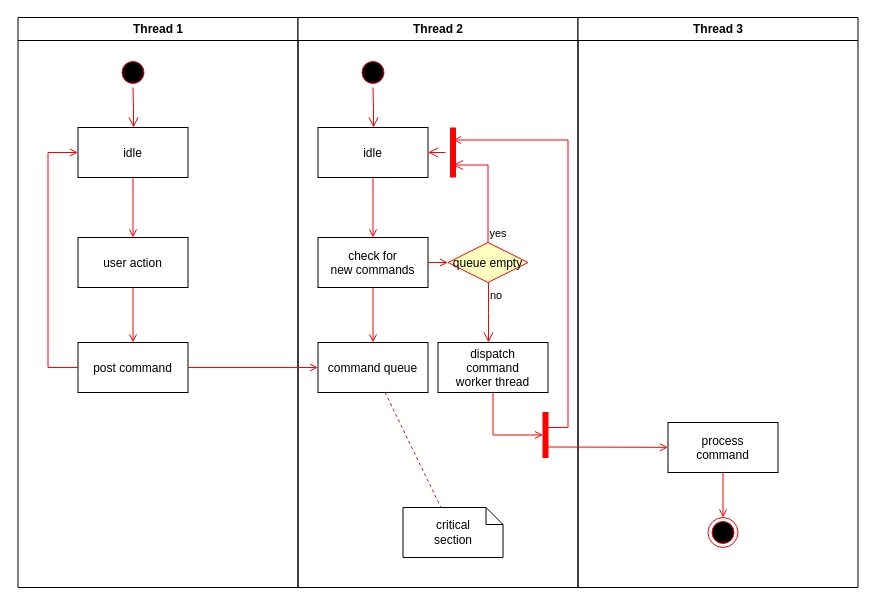
Above: Untitled Diagram.drawio in ddiaconescu/drawio (draw.io), before the change. Source tidied: cells renumbered, new cells numbered last; positions are measured from the earlier drawing's top-left corner, leaving out a move shared by most shapes. Both pictures are drawn from the tidied source at 100%, with x=0, y=0 at pixel (17, 17).
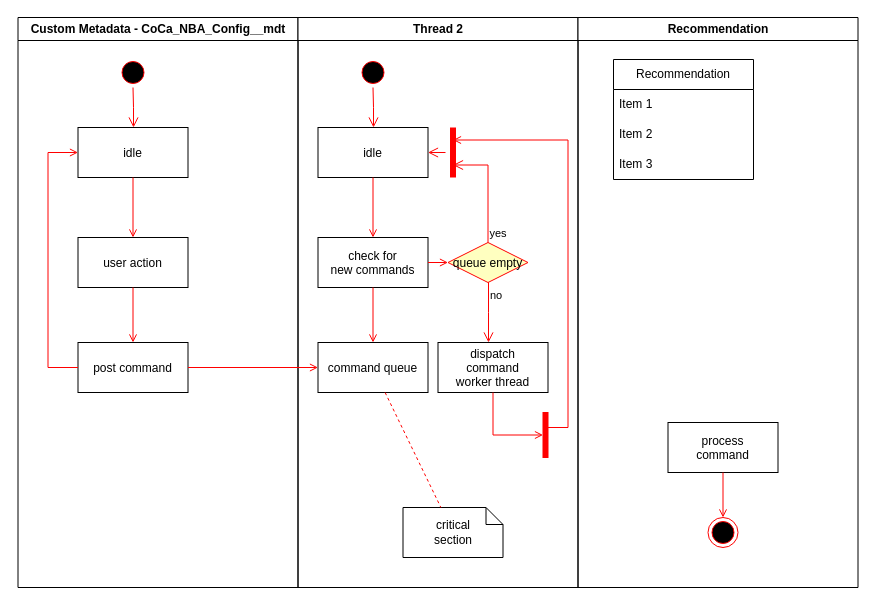
After the change.

The change refers to these unchanged cells:
```xml
<mxCell id="31" value="process&#10;command" parent="30" vertex="1">
  <mxGeometry x="90" y="405" width="110" height="50" as="geometry" />
</mxCell>
```

The edit, as a diff of the source:
```diff
@@
-    <mxCell id="2" value="Thread 1" style="swimlane;whiteSpace=wrap;" parent="1" vertex="1">
+    <mxCell id="2" value="Custom Metadata - CoCa_NBA_Config__mdt" style="swimlane;whiteSpace=wrap;" parent="1" vertex="1">
       <mxGeometry x="0.5" width="280" height="570" as="geometry" />
     </mxCell>
@@
-    <mxCell id="30" value="Thread 3" style="swimlane;whiteSpace=wrap;" parent="1" vertex="1">
+    <mxCell id="30" value="Recommendation" style="swimlane;whiteSpace=wrap;" parent="1" vertex="1">
       <mxGeometry x="560.5" width="280" height="570" as="geometry" />
     </mxCell>
@@
-    <mxCell id="33" style="edgeStyle=none;strokeColor=#FF0000;endArrow=open;endFill=1;rounded=0;" parent="30" edge="1" target="31">
-      <mxGeometry relative="1" as="geometry">
-        <mxPoint x="-30" y="429.5" as="sourcePoint" />
-      </mxGeometry>
-    </mxCell>
@@
+    <mxCell id="37" value="Recommendation" style="swimlane;fontStyle=0;horizontal=1;startSize=30;whiteSpace=wrap;html=1;" parent="30" vertex="1">
+      <mxGeometry x="35.5" y="42" width="140" height="120" as="geometry" />
+    </mxCell>
+    <mxCell id="38" value="Item 1" style="text;strokeColor=none;fillColor=none;align=left;verticalAlign=middle;spacingLeft=4;spacingRight=4;overflow=hidden;whiteSpace=wrap;html=1;" parent="37" vertex="1">
+      <mxGeometry y="30" width="140" height="30" as="geometry" />
+    </mxCell>
+    <mxCell id="39" value="Item 2" style="text;strokeColor=none;fillColor=none;align=left;verticalAlign=middle;spacingLeft=4;spacingRight=4;overflow=hidden;whiteSpace=wrap;html=1;" parent="37" vertex="1">
+      <mxGeometry y="60" width="140" height="30" as="geometry" />
+    </mxCell>
+    <mxCell id="40" value="Item 3" style="text;strokeColor=none;fillColor=none;align=left;verticalAlign=middle;spacingLeft=4;spacingRight=4;overflow=hidden;whiteSpace=wrap;html=1;" parent="37" vertex="1">
+      <mxGeometry y="90" width="140" height="30" as="geometry" />
+    </mxCell>
```
